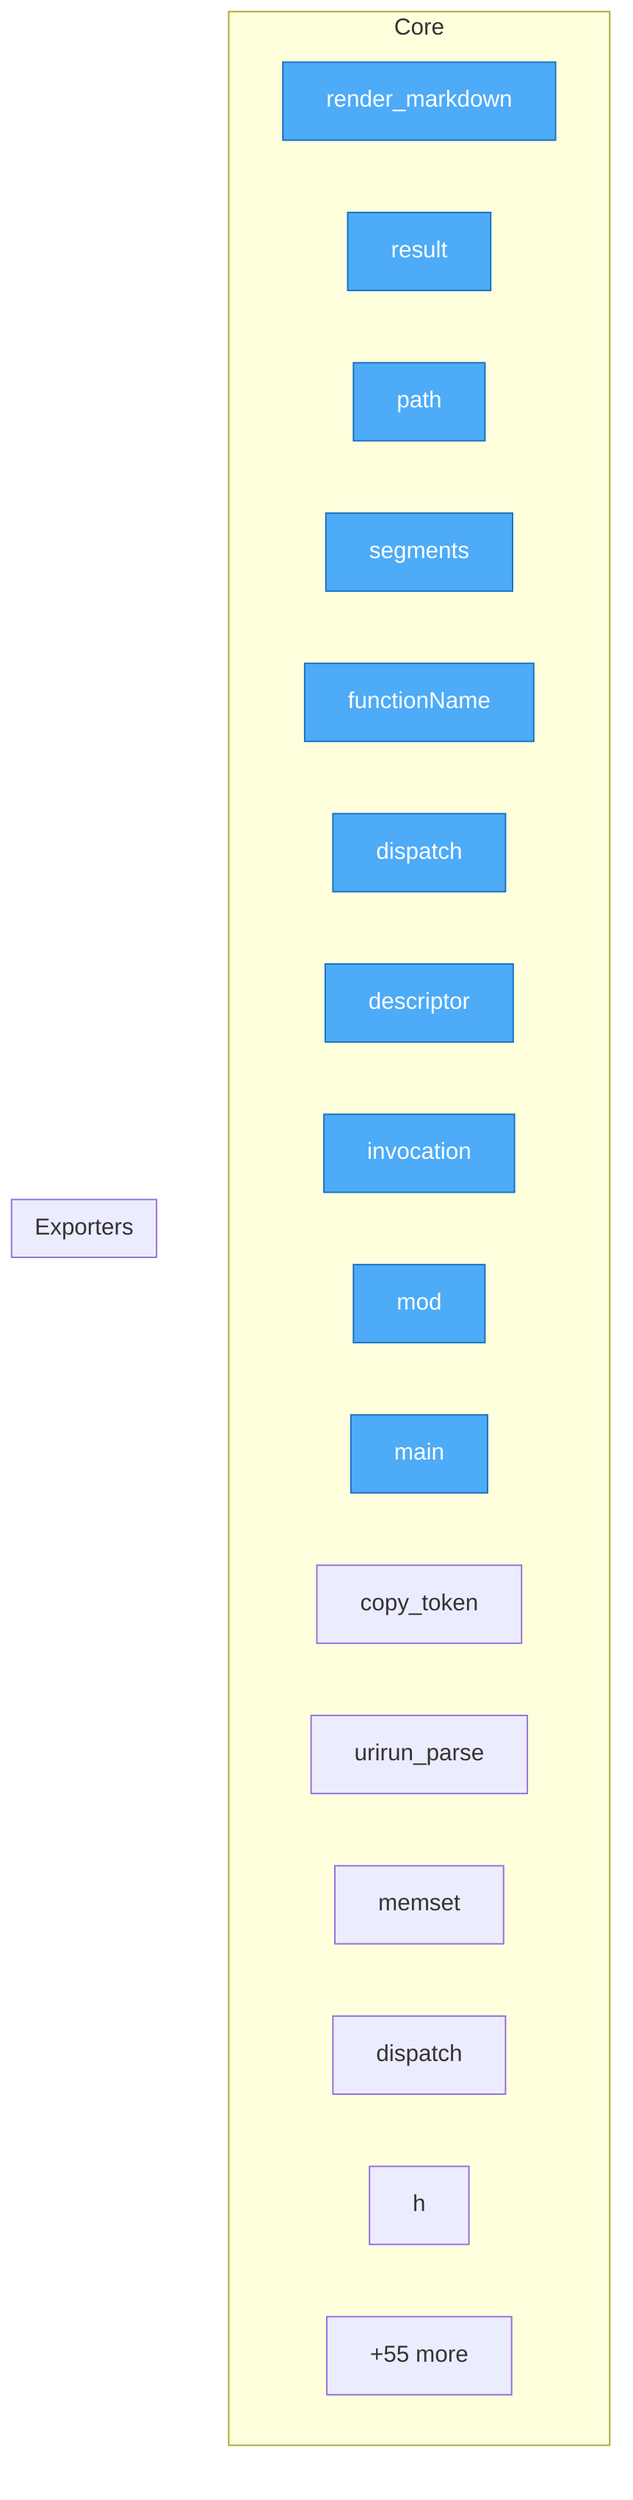
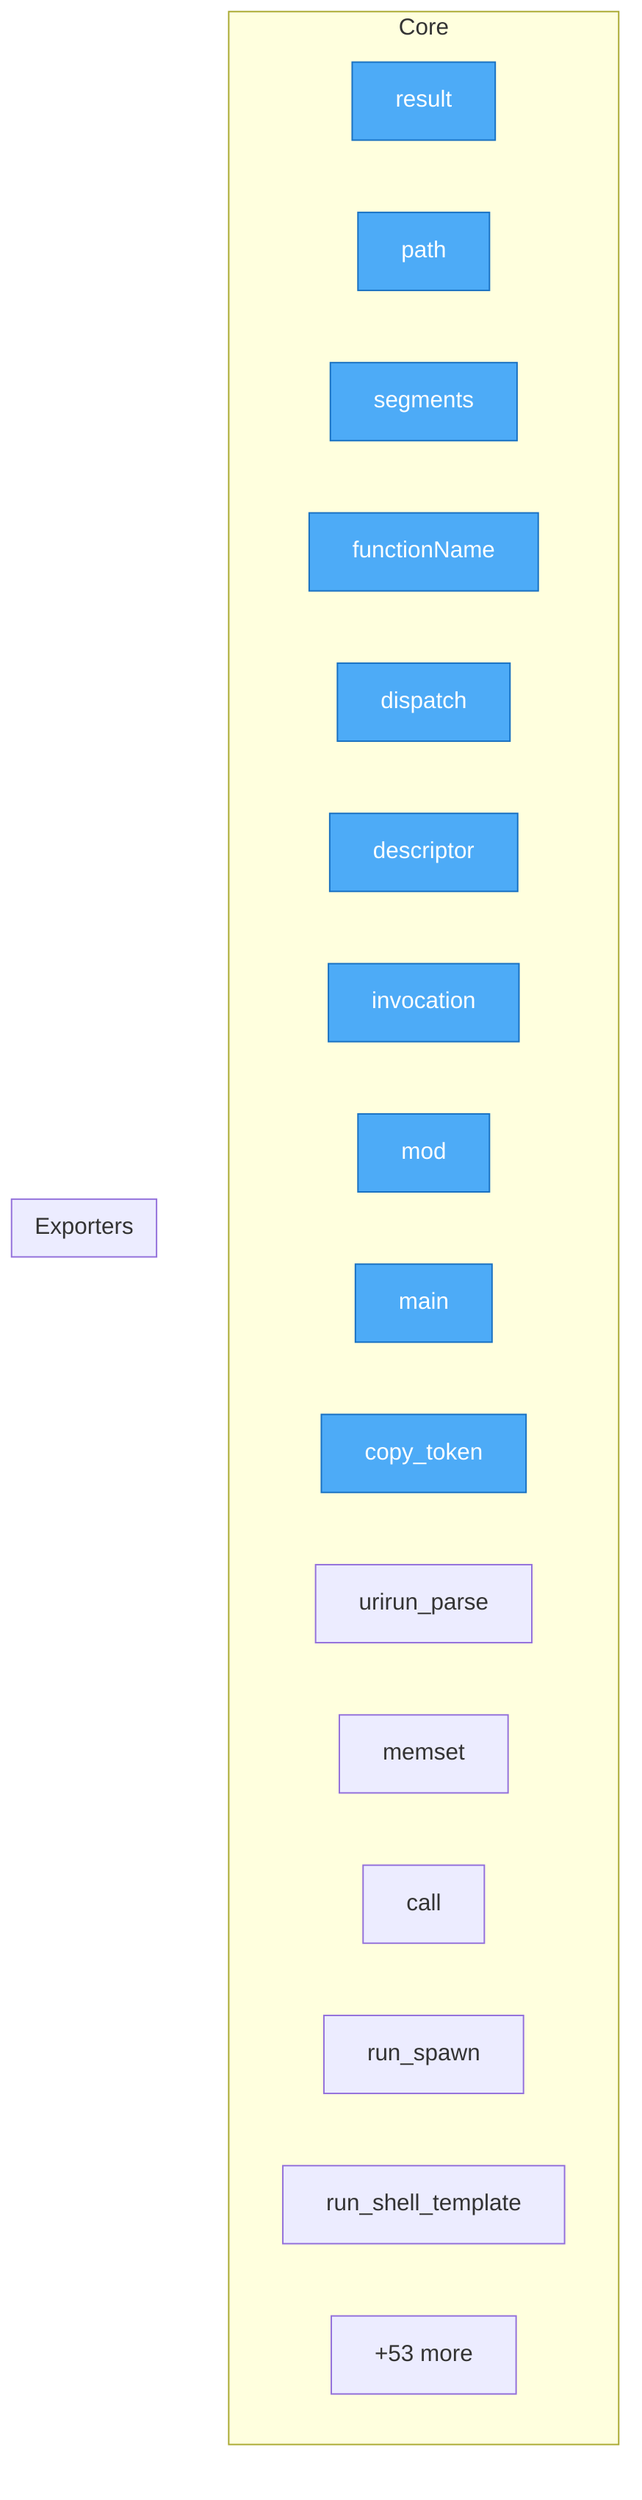
flowchart TD
%% generated in 0.01s

    %% Entry points (blue)
    classDef entry fill:#4dabf7,stroke:#1971c2,color:#fff

    subgraph Core
-         www__docs__render_markdown["render_markdown"]
        adapters__js__index__test__result["result"]
        adapters__js__path["path"]
        adapters__js__segments["segments"]
        adapters__js__functionName["functionName"]
        adapters__js__dispatch["dispatch"]
        adapters__js__descriptor["descriptor"]
        adapters__js__invocation["invocation"]
        adapters__js__mod["mod"]
        adapters__c__urirun_test__main["main"]
        adapters__c__urirun__copy_token["copy_token"]
        adapters__c__urirun__urirun_parse["urirun_parse"]
        adapters__c__urirun__memset["memset"]
-         adapters__python__urihandler__dispatch["dispatch"]
-         www__index__h["h"]
-         ...["+55 more"]
+         adapters__python__urirun__v2_service__call["call"]
+         adapters__python__urirun__v1__run_spawn["run_spawn"]
+         adapters__python__urirun__v1__run_shell_template["run_shell_template"]
+         ...["+53 more"]
    end

    subgraph Exporters
    end

-     class www__docs__render_markdown,adapters__js__index__test__result,adapters__js__path,adapters__js__segments,adapters__js__functionName,adapters__js__dispatch,adapters__js__descriptor,adapters__js__invocation,adapters__js__mod,adapters__c__urirun_test__main entry
+     class adapters__js__index__test__result,adapters__js__path,adapters__js__segments,adapters__js__functionName,adapters__js__dispatch,adapters__js__descriptor,adapters__js__invocation,adapters__js__mod,adapters__c__urirun_test__main,adapters__c__urirun__copy_token entry
